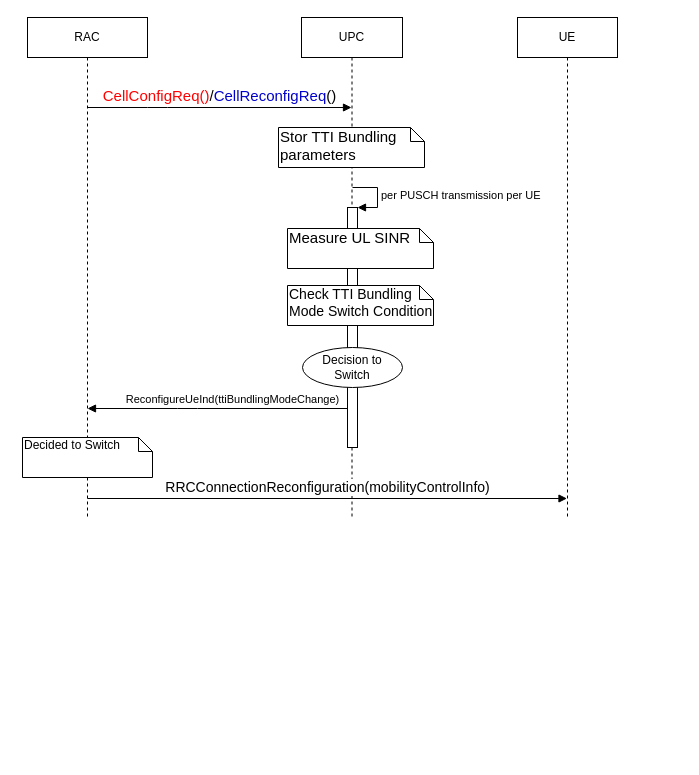
proudeng/files keeps this draw.io diagram as drawio/ttibundling_reconfigure.drawio. Above is the earlier version. Source tidied: cells renumbered, new cells numbered last; positions are measured from the earlier drawing's top-left corner, leaving out a move shared by most shapes. Both pictures are drawn from the tidied source at 100%, with x=0, y=0 at pixel (22, 17).
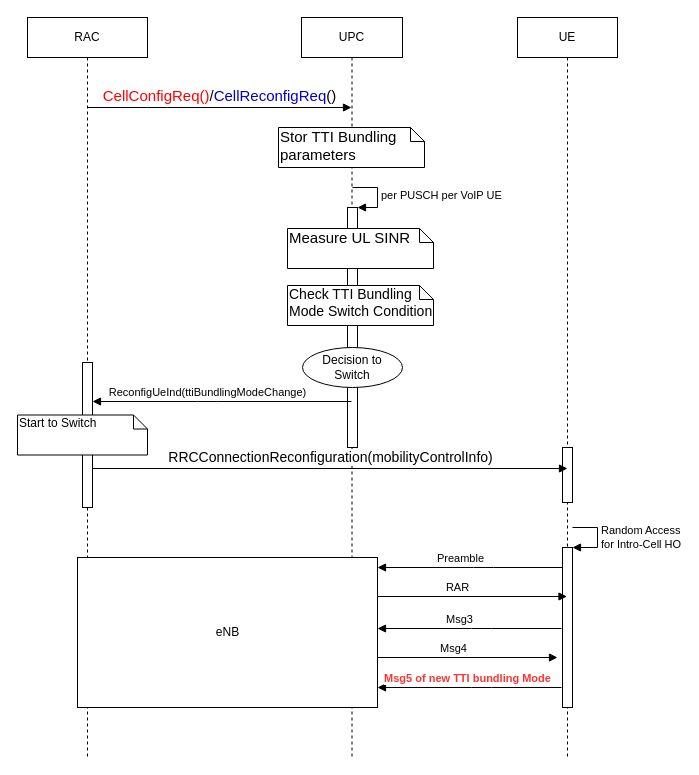
The same diagram, later.

Unchanged cells that the change refers to:
```xml
<mxCell id="5" style="html=1;points=[];perimeter=orthogonalPerimeter;" parent="4" vertex="1">
  <mxGeometry x="46" y="190" width="10" height="240" as="geometry" />
</mxCell>
```

What changed in the source:
```diff
@@
     <mxCell id="2" value="RAC" style="shape=umlLifeline;perimeter=lifelinePerimeter;whiteSpace=wrap;html=1;outlineConnect=0;" parent="1" vertex="1">
-      <mxGeometry x="5" width="120" height="500" as="geometry" />
+      <mxGeometry x="5" width="120" height="740" as="geometry" />
     </mxCell>
+    <mxCell id="15" style="html=1;points=[];perimeter=orthogonalPerimeter;" parent="2" vertex="1">
+      <mxGeometry x="55" y="345" width="10" height="145" as="geometry" />
+    </mxCell>
-    <mxCell id="3" value="Decided to Switch" style="shape=note;whiteSpace=wrap;html=1;size=14;verticalAlign=top;align=left;spacingTop=-6;" parent="2" vertex="1">
-      <mxGeometry x="-5" y="420" width="130" height="40" as="geometry" />
+    <mxCell id="3" value="Start to Switch" style="shape=note;whiteSpace=wrap;html=1;size=14;verticalAlign=top;align=left;spacingTop=-6;" parent="2" vertex="1">
+      <mxGeometry x="-10" y="397.5" width="130" height="40" as="geometry" />
     </mxCell>
     <mxCell id="4" value="UPC" style="shape=umlLifeline;perimeter=lifelinePerimeter;whiteSpace=wrap;html=1;outlineConnect=0;" parent="1" vertex="1">
-      <mxGeometry x="279" width="101" height="500" as="geometry" />
+      <mxGeometry x="279" width="101" height="740" as="geometry" />
     </mxCell>
@@
-    <mxCell id="6" value="per PUSCH transmission per UE" style="edgeStyle=orthogonalEdgeStyle;html=1;align=left;spacingLeft=2;endArrow=block;rounded=0;entryX=1;entryY=0;" parent="4" edge="1" target="5">
+    <mxCell id="6" value="per PUSCH per VoIP UE" style="edgeStyle=orthogonalEdgeStyle;html=1;align=left;spacingLeft=2;endArrow=block;rounded=0;entryX=1;entryY=0;" parent="4" edge="1" target="5">
       <mxGeometry relative="1" as="geometry">
         <mxPoint x="51" y="170" as="sourcePoint" />
         <Array as="points">
           <mxPoint x="76" y="170" />
         </Array>
       </mxGeometry>
     </mxCell>
@@
-    <mxCell id="12" value="ReconfigureUeInd(ttiBundlingModeChange)" style="html=1;verticalAlign=bottom;endArrow=block;" parent="1" edge="1">
-      <mxGeometry x="0.19" y="-40" relative="1" as="geometry">
-        <mxPoint x="325" y="391" as="sourcePoint" />
-        <mxPoint x="65" y="391" as="targetPoint" />
+    <mxCell id="12" value="Preamble" style="html=1;verticalAlign=bottom;endArrow=block;" parent="1" edge="1" target="23">
+      <mxGeometry x="0.11" relative="1" as="geometry">
+        <mxPoint x="541" y="550" as="sourcePoint" />
         <Array as="points">
-          <mxPoint x="165" y="391" />
+          <mxPoint x="461" y="550" />
         </Array>
-        <mxPoint x="40" y="40" as="offset" />
       </mxGeometry>
     </mxCell>
     <mxCell id="13" value="UE" style="shape=umlLifeline;perimeter=lifelinePerimeter;whiteSpace=wrap;html=1;" parent="1" vertex="1">
-      <mxGeometry x="495" width="100" height="500" as="geometry" />
+      <mxGeometry x="495" width="100" height="740" as="geometry" />
     </mxCell>
+    <mxCell id="16" style="html=1;points=[];perimeter=orthogonalPerimeter;" parent="13" vertex="1">
+      <mxGeometry x="45" y="530" width="10" height="160" as="geometry" />
+    </mxCell>
+    <mxCell id="17" value="&lt;div&gt;Random Access&lt;/div&gt;&lt;div&gt;for Intro-Cell HO&lt;/div&gt;" style="edgeStyle=orthogonalEdgeStyle;html=1;align=left;spacingLeft=2;endArrow=block;rounded=0;entryX=1;entryY=0;" parent="13" edge="1" target="16">
+      <mxGeometry relative="1" as="geometry">
+        <mxPoint x="55" y="510" as="sourcePoint" />
+        <Array as="points">
+          <mxPoint x="80" y="510" />
+        </Array>
+      </mxGeometry>
+    </mxCell>
+    <mxCell id="18" style="html=1;points=[];perimeter=orthogonalPerimeter;" parent="13" vertex="1">
+      <mxGeometry x="45" y="430" width="10" height="55" as="geometry" />
+    </mxCell>
-    <mxCell id="14" value="&lt;div style=&quot;font-size: 14px&quot;&gt;&lt;font style=&quot;font-size: 14px&quot;&gt;RRCConnectionReconfiguration(mobilityControlInfo)&lt;/font&gt;&lt;/div&gt;" style="html=1;verticalAlign=bottom;endArrow=block;" parent="1" edge="1">
-      <mxGeometry relative="1" as="geometry">
-        <mxPoint x="65" y="481" as="sourcePoint" />
-        <mxPoint x="544.5" y="481" as="targetPoint" />
-      </mxGeometry>
+    <mxCell id="14" value="&lt;div style=&quot;font-size: 14px&quot;&gt;&lt;font style=&quot;font-size: 14px&quot;&gt;RRCConnectionReconfiguration(mobilityControlInfo)&lt;/font&gt;&lt;/div&gt;" style="html=1;verticalAlign=bottom;endArrow=block;entryX=0.5;entryY=0.382;entryDx=0;entryDy=0;entryPerimeter=0;" parent="1" edge="1" source="15" target="18">
+      <mxGeometry relative="1" as="geometry" />
     </mxCell>
+    <mxCell id="19" value="RAR" style="html=1;verticalAlign=bottom;endArrow=block;" parent="1" edge="1" source="23">
+      <mxGeometry x="-0.16" relative="1" as="geometry">
+        <mxPoint x="544.5" y="579" as="targetPoint" />
+      </mxGeometry>
+    </mxCell>
+    <mxCell id="20" value="Msg3" style="html=1;verticalAlign=bottom;endArrow=block;" parent="1" edge="1" target="23">
+      <mxGeometry x="0.11" relative="1" as="geometry">
+        <mxPoint x="539" y="611" as="sourcePoint" />
+        <Array as="points">
+          <mxPoint x="459" y="611" />
+        </Array>
+      </mxGeometry>
+    </mxCell>
+    <mxCell id="21" value="Msg4" style="html=1;verticalAlign=bottom;endArrow=block;" parent="1" edge="1" source="23">
+      <mxGeometry x="-0.16" relative="1" as="geometry">
+        <mxPoint x="535" y="640" as="targetPoint" />
+      </mxGeometry>
+    </mxCell>
+    <mxCell id="22" value="&lt;font color=&quot;#FF3333&quot;&gt;Msg5 of new TTI bundling Mode&lt;/font&gt;" style="html=1;verticalAlign=bottom;endArrow=block;fontStyle=1;" parent="1" edge="1" target="23">
+      <mxGeometry x="0.02" relative="1" as="geometry">
+        <mxPoint x="539" y="670" as="sourcePoint" />
+        <Array as="points">
+          <mxPoint x="459" y="670" />
+        </Array>
+      </mxGeometry>
+    </mxCell>
+    <mxCell id="23" value="eNB" style="html=1;points=[];perimeter=orthogonalPerimeter;" parent="1" vertex="1">
+      <mxGeometry x="55" y="540" width="300" height="150" as="geometry" />
+    </mxCell>
+    <mxCell id="24" value="ReconfigUeInd(ttiBundlingModeChange)" style="html=1;verticalAlign=bottom;endArrow=block;" parent="1" edge="1" source="4" target="15">
+      <mxGeometry x="0.11" relative="1" as="geometry">
+        <Array as="points">
+          <mxPoint x="185" y="384" />
+        </Array>
+      </mxGeometry>
+    </mxCell>
```
